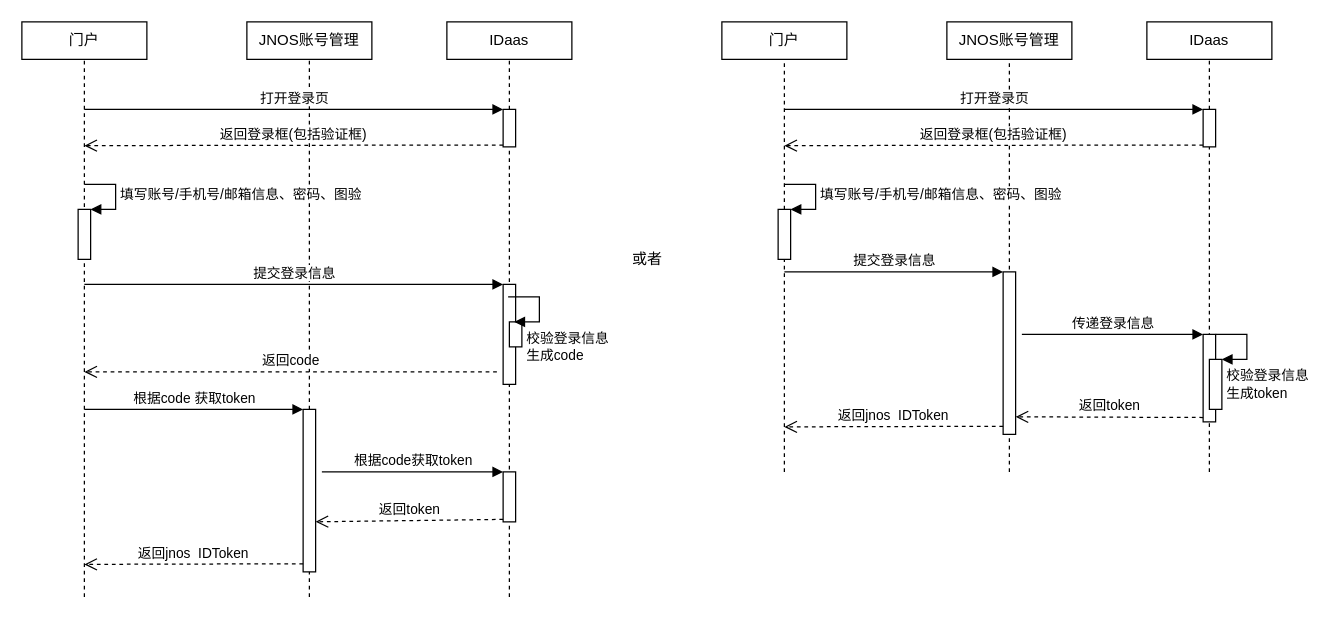
AjaxXu/Diagram keeps this draw.io diagram as page "主账号密码登录流程" (4 of 10) of idaas.drawio. Above is the earlier version. Source tidied: cells renumbered, new cells numbered last; positions are measured from the earlier drawing's top-left corner, leaving out a move shared by most shapes. Both pictures are drawn from the tidied source at 125%, with x=0, y=0 at pixel (21, 21).
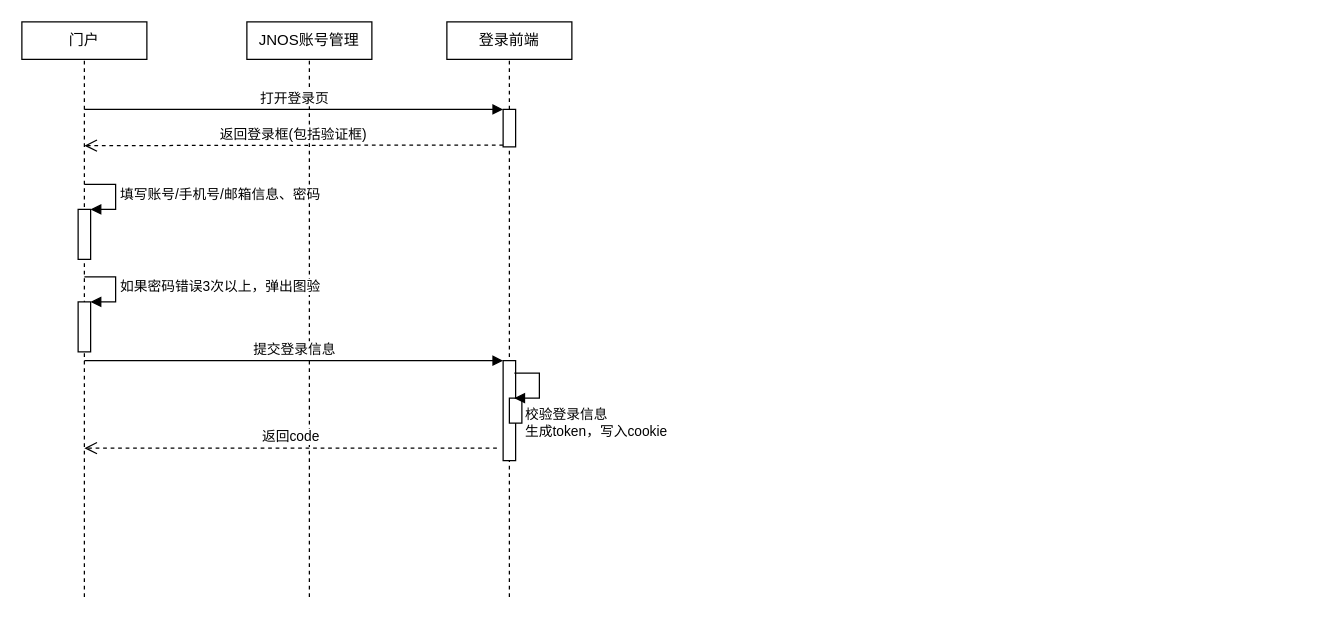
The same diagram, later.

Unchanged cells that the change refers to:
```xml
<mxCell id="12" style="html=1;points=[];perimeter=orthogonalPerimeter;" parent="1" vertex="1">
  <mxGeometry x="45" y="150" width="10" height="40" as="geometry" />
</mxCell>
```

Change to the diagram source:
```diff
@@
-    <mxCell id="6" value="IDaas" style="rounded=0;whiteSpace=wrap;html=1;" parent="1" vertex="1">
+    <mxCell id="6" value="登录前端" style="rounded=0;whiteSpace=wrap;html=1;" parent="1" vertex="1">
       <mxGeometry x="340" width="100" height="30" as="geometry" />
     </mxCell>
@@
-    <mxCell id="13" value="填写账号/手机号/邮箱信息、密码、图验" style="edgeStyle=orthogonalEdgeStyle;html=1;align=left;spacingLeft=2;endArrow=block;rounded=0;entryX=1;entryY=0;" parent="1" edge="1" target="12">
+    <mxCell id="13" value="填写账号/手机号/邮箱信息、密码" style="edgeStyle=orthogonalEdgeStyle;html=1;align=left;spacingLeft=2;endArrow=block;rounded=0;entryX=1;entryY=0;" parent="1" edge="1" target="12">
       <mxGeometry relative="1" as="geometry">
         <mxPoint x="50" y="130" as="sourcePoint" />
         <Array as="points">
           <mxPoint x="75" y="130" />
         </Array>
       </mxGeometry>
     </mxCell>
     <mxCell id="14" style="html=1;points=[];perimeter=orthogonalPerimeter;" parent="1" vertex="1">
-      <mxGeometry x="385" y="210" width="10" height="80" as="geometry" />
+      <mxGeometry x="385" y="271" width="10" height="80" as="geometry" />
     </mxCell>
     <mxCell id="15" value="提交登录信息" style="html=1;verticalAlign=bottom;endArrow=block;entryX=0;entryY=0;" parent="1" edge="1" target="14">
       <mxGeometry relative="1" as="geometry">
-        <mxPoint x="50" y="210" as="sourcePoint" />
+        <mxPoint x="50" y="271" as="sourcePoint" />
+        <Array as="points">
+          <mxPoint x="350" y="271" />
+        </Array>
       </mxGeometry>
     </mxCell>
     <mxCell id="16" value="返回code" style="html=1;verticalAlign=bottom;endArrow=open;dashed=1;endSize=8;" parent="1" edge="1">
       <mxGeometry relative="1" as="geometry">
-        <mxPoint x="380" y="280" as="sourcePoint" />
-        <mxPoint x="50" y="280" as="targetPoint" />
+        <mxPoint x="380" y="341" as="sourcePoint" />
+        <mxPoint x="50" y="341" as="targetPoint" />
       </mxGeometry>
     </mxCell>
     <mxCell id="17" style="html=1;perimeter=orthogonalPerimeter;" parent="1" vertex="1">
-      <mxGeometry x="390" y="240" width="10" height="20" as="geometry" />
+      <mxGeometry x="390" y="301" width="10" height="20" as="geometry" />
     </mxCell>
-    <mxCell id="18" value="校验登录信息&lt;br&gt;生成code" style="edgeStyle=orthogonalEdgeStyle;html=1;align=left;spacingLeft=2;endArrow=block;rounded=0;entryX=1;entryY=0;" parent="1" edge="1">
+    <mxCell id="18" value="校验登录信息&lt;br&gt;生成token，写入cookie" style="edgeStyle=orthogonalEdgeStyle;html=1;align=left;spacingLeft=2;endArrow=block;rounded=0;entryX=1;entryY=0;" parent="1" edge="1">
       <mxGeometry x="0.82" y="20" relative="1" as="geometry">
-        <mxPoint x="389" y="220" as="sourcePoint" />
-        <mxPoint x="394" y="240" as="targetPoint" />
+        <mxPoint x="394" y="281" as="sourcePoint" />
+        <mxPoint x="394" y="301" as="targetPoint" />
         <Array as="points">
-          <mxPoint x="414" y="220" />
+          <mxPoint x="414" y="281" />
         </Array>
       </mxGeometry>
     </mxCell>
-    <mxCell id="19" style="html=1;points=[];perimeter=orthogonalPerimeter;" parent="1" vertex="1">
-      <mxGeometry x="225" y="310" width="10" height="130" as="geometry" />
-    </mxCell>
-    <mxCell id="20" value="根据code 获取token" style="html=1;verticalAlign=bottom;endArrow=block;entryX=0;entryY=0;" parent="1" edge="1" target="19">
-      <mxGeometry relative="1" as="geometry">
-        <mxPoint x="50" y="310" as="sourcePoint" />
-      </mxGeometry>
-    </mxCell>
-    <mxCell id="21" value="返回jnos&amp;nbsp; IDToken" style="html=1;verticalAlign=bottom;endArrow=open;dashed=1;endSize=8;exitX=0;exitY=0.95;" parent="1" edge="1" source="19">
-      <mxGeometry relative="1" as="geometry">
-        <mxPoint x="50" y="434" as="targetPoint" />
-      </mxGeometry>
-    </mxCell>
-    <mxCell id="22" style="html=1;points=[];perimeter=orthogonalPerimeter;" parent="1" vertex="1">
-      <mxGeometry x="385" y="360" width="10" height="40" as="geometry" />
-    </mxCell>
-    <mxCell id="23" value="根据code获取token" style="html=1;verticalAlign=bottom;endArrow=block;entryX=0;entryY=0;" parent="1" edge="1" target="22">
-      <mxGeometry relative="1" as="geometry">
-        <mxPoint x="240" y="360" as="sourcePoint" />
-      </mxGeometry>
-    </mxCell>
-    <mxCell id="24" value="返回token" style="html=1;verticalAlign=bottom;endArrow=open;dashed=1;endSize=8;exitX=0;exitY=0.95;entryX=1;entryY=0.692;entryDx=0;entryDy=0;entryPerimeter=0;" parent="1" edge="1" source="22" target="19">
-      <mxGeometry relative="1" as="geometry" />
-    </mxCell>
-    <mxCell id="25" value="门户" style="rounded=0;whiteSpace=wrap;html=1;" parent="1" vertex="1">
-      <mxGeometry x="560" width="100" height="30" as="geometry" />
-    </mxCell>
-    <mxCell id="26" style="endArrow=none;dashed=1;html=1;entryX=0.5;entryY=1;entryDx=0;entryDy=0;" parent="1" edge="1" target="25">
-      <mxGeometry relative="1" as="geometry">
-        <mxPoint x="610" y="360" as="sourcePoint" />
-      </mxGeometry>
-    </mxCell>
-    <mxCell id="27" value="JNOS账号管理" style="rounded=0;whiteSpace=wrap;html=1;" parent="1" vertex="1">
-      <mxGeometry x="740" width="100" height="30" as="geometry" />
-    </mxCell>
-    <mxCell id="28" style="endArrow=none;dashed=1;html=1;entryX=0.5;entryY=1;entryDx=0;entryDy=0;" parent="1" edge="1" target="27">
-      <mxGeometry relative="1" as="geometry">
-        <mxPoint x="790" y="360" as="sourcePoint" />
-      </mxGeometry>
-    </mxCell>
-    <mxCell id="29" value="IDaas" style="rounded=0;whiteSpace=wrap;html=1;" parent="1" vertex="1">
-      <mxGeometry x="900" width="100" height="30" as="geometry" />
-    </mxCell>
-    <mxCell id="30" style="endArrow=none;dashed=1;html=1;entryX=0.5;entryY=1;entryDx=0;entryDy=0;" parent="1" edge="1" source="33" target="29">
-      <mxGeometry relative="1" as="geometry" />
-    </mxCell>
-    <mxCell id="31" value="打开登录页" style="html=1;verticalAlign=bottom;endArrow=block;entryX=0;entryY=0;" parent="1" edge="1" target="33">
-      <mxGeometry relative="1" as="geometry">
-        <mxPoint x="610" y="70" as="sourcePoint" />
-      </mxGeometry>
-    </mxCell>
-    <mxCell id="32" value="返回登录框(包括验证框)" style="html=1;verticalAlign=bottom;endArrow=open;dashed=1;endSize=8;exitX=0;exitY=0.95;" parent="1" edge="1" source="33">
-      <mxGeometry relative="1" as="geometry">
-        <mxPoint x="610" y="99" as="targetPoint" />
-      </mxGeometry>
-    </mxCell>
-    <mxCell id="33" style="html=1;points=[];perimeter=orthogonalPerimeter;" parent="1" vertex="1">
-      <mxGeometry x="945" y="70" width="10" height="30" as="geometry" />
-    </mxCell>
-    <mxCell id="34" style="endArrow=none;dashed=1;html=1;entryX=0.5;entryY=1;entryDx=0;entryDy=0;" parent="1" edge="1" target="33">
-      <mxGeometry relative="1" as="geometry">
-        <mxPoint x="950" y="360" as="sourcePoint" />
-      </mxGeometry>
-    </mxCell>
-    <mxCell id="35" style="html=1;points=[];perimeter=orthogonalPerimeter;" parent="1" vertex="1">
-      <mxGeometry x="605" y="150" width="10" height="40" as="geometry" />
-    </mxCell>
-    <mxCell id="36" value="填写账号/手机号/邮箱信息、密码、图验" style="edgeStyle=orthogonalEdgeStyle;html=1;align=left;spacingLeft=2;endArrow=block;rounded=0;entryX=1;entryY=0;" parent="1" edge="1" target="35">
-      <mxGeometry relative="1" as="geometry">
-        <mxPoint x="610" y="130" as="sourcePoint" />
-        <Array as="points">
-          <mxPoint x="635" y="130" />
-        </Array>
-      </mxGeometry>
-    </mxCell>
-    <mxCell id="37" style="html=1;points=[];perimeter=orthogonalPerimeter;" parent="1" vertex="1">
-      <mxGeometry x="785" y="200" width="10" height="130" as="geometry" />
-    </mxCell>
-    <mxCell id="38" value="提交登录信息" style="html=1;verticalAlign=bottom;endArrow=block;entryX=0;entryY=0;" parent="1" edge="1" target="37">
-      <mxGeometry relative="1" as="geometry">
-        <mxPoint x="610" y="200" as="sourcePoint" />
-      </mxGeometry>
-    </mxCell>
-    <mxCell id="39" value="返回jnos&amp;nbsp; IDToken" style="html=1;verticalAlign=bottom;endArrow=open;dashed=1;endSize=8;exitX=0;exitY=0.95;" parent="1" edge="1" source="37">
-      <mxGeometry relative="1" as="geometry">
-        <mxPoint x="610" y="324" as="targetPoint" />
-      </mxGeometry>
-    </mxCell>
-    <mxCell id="40" style="html=1;points=[];perimeter=orthogonalPerimeter;" parent="1" vertex="1">
-      <mxGeometry x="945" y="250" width="10" height="70" as="geometry" />
-    </mxCell>
-    <mxCell id="41" value="传递登录信息" style="html=1;verticalAlign=bottom;endArrow=block;entryX=0;entryY=0;" parent="1" edge="1" target="40">
-      <mxGeometry relative="1" as="geometry">
-        <mxPoint x="800" y="250" as="sourcePoint" />
-      </mxGeometry>
-    </mxCell>
-    <mxCell id="42" value="返回token" style="html=1;verticalAlign=bottom;endArrow=open;dashed=1;endSize=8;exitX=0;exitY=0.95;entryX=1;entryY=0.892;entryDx=0;entryDy=0;entryPerimeter=0;" parent="1" edge="1" source="40" target="37">
-      <mxGeometry relative="1" as="geometry" />
-    </mxCell>
-    <mxCell id="43" style="html=1;points=[];perimeter=orthogonalPerimeter;" parent="1" vertex="1">
-      <mxGeometry x="950" y="270" width="10" height="40" as="geometry" />
-    </mxCell>
-    <mxCell id="44" value="校验登录信息&lt;br&gt;生成token" style="edgeStyle=orthogonalEdgeStyle;html=1;align=left;spacingLeft=2;endArrow=block;rounded=0;entryX=1;entryY=0;" parent="1" edge="1" target="43">
-      <mxGeometry x="1" y="20" relative="1" as="geometry">
-        <mxPoint x="955" y="250" as="sourcePoint" />
-        <Array as="points">
-          <mxPoint x="980" y="250" />
-        </Array>
-      </mxGeometry>
-    </mxCell>
-    <mxCell id="45" value="或者" style="text;html=1;align=center;verticalAlign=middle;" parent="1" vertex="1">
-      <mxGeometry x="480" y="180" width="40" height="20" as="geometry" />
-    </mxCell>
+    <mxCell id="46" style="html=1;points=[];perimeter=orthogonalPerimeter;" parent="1" vertex="1">
+      <mxGeometry x="45" y="224" width="10" height="40" as="geometry" />
+    </mxCell>
+    <mxCell id="47" value="如果密码错误3次以上，弹出图验" style="edgeStyle=orthogonalEdgeStyle;html=1;align=left;spacingLeft=2;endArrow=block;rounded=0;entryX=1;entryY=0;" parent="1" edge="1" target="46">
+      <mxGeometry relative="1" as="geometry">
+        <mxPoint x="50" y="204" as="sourcePoint" />
+        <Array as="points">
+          <mxPoint x="75" y="204" />
+        </Array>
+      </mxGeometry>
+    </mxCell>
```
